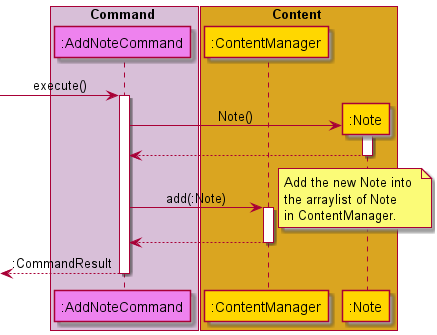
nus-cs2113-AY2122S1/tp keeps this PlantUML diagram as docs/attachments/AddingContentSequenceDiagram.png. Above is the earlier version.
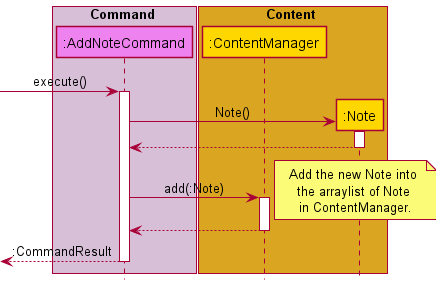
After the commit.

What changed in the source:
```diff
@@ -1,14 +1,14 @@
 @startuml
 
-skinparam sequenceMessageAlign center
+!include ../SequenceStyle.puml
 
-box Command #thistle
-participant ":AddNoteCommand" as AddNoteCommand #violet
+box Command COMMAND_BOX_COLOR
+participant ":AddNoteCommand" as AddNoteCommand COMMAND_COLOR
 endbox
 
-box Content #goldenrod
-participant ":ContentManager" as ContentManager #gold
-participant ":Note" as Note #gold
+box Content CONTENT_BOX_COLOR
+participant ":ContentManager" as ContentManager CONTENT_COLOR
+participant ":Note" as Note CONTENT_COLOR
 endbox
 
 -> AddNoteCommand : execute()
```
